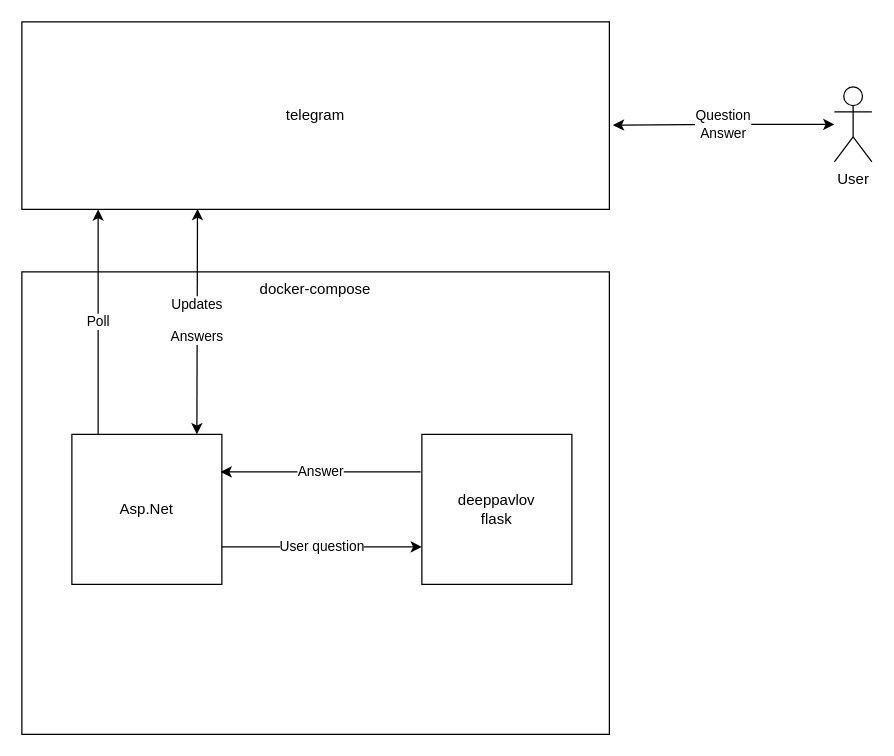
Before: doc/architecture.drawio in andrewmat2000/urfu_faq_bot, a draw.io diagram. Source tidied: cells renumbered, new cells numbered last; positions are measured from the earlier drawing's top-left corner, leaving out a move shared by most shapes. Both pictures are drawn from the tidied source at 125%, with x=0, y=0 at pixel (21, 21).
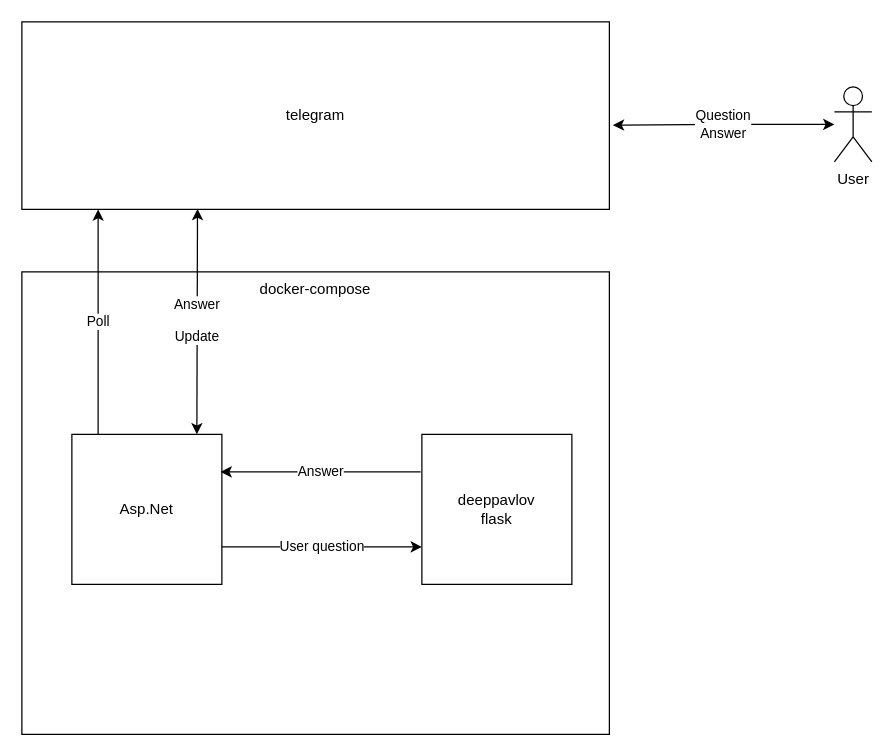
The same diagram, later.

The edit, as a diff of the source:
```diff
@@
 <mxGraphModel>
   <root>
     <mxCell id="0" />
     <mxCell id="1" parent="0" />
     <mxCell id="2" value="docker-compose" style="rounded=0;whiteSpace=wrap;html=1;verticalAlign=top;spacingTop=0;" parent="1" vertex="1">
       <mxGeometry y="200" width="470" height="370" as="geometry" />
     </mxCell>
     <mxCell id="3" value="Asp.Net" style="rounded=0;whiteSpace=wrap;html=1;spacingTop=0;" parent="1" vertex="1">
       <mxGeometry x="40" y="330" width="120" height="120" as="geometry" />
     </mxCell>
     <mxCell id="4" value="&lt;div&gt;deeppavlov&lt;/div&gt;&lt;div&gt;flask&lt;br&gt;&lt;/div&gt;" style="whiteSpace=wrap;html=1;verticalAlign=middle;spacingTop=0;" parent="1" vertex="1">
       <mxGeometry x="320" y="330" width="120" height="120" as="geometry" />
     </mxCell>
     <mxCell id="5" value="telegram" style="rounded=0;whiteSpace=wrap;html=1;spacingTop=0;" parent="1" vertex="1">
       <mxGeometry width="470" height="150" as="geometry" />
     </mxCell>
     <mxCell id="6" value="&lt;div&gt;Question&lt;/div&gt;&lt;div&gt;Answer&lt;/div&gt;" style="edgeStyle=orthogonalEdgeStyle;rounded=0;jettySize=auto;html=1;entryX=1.006;entryY=0.551;entryDx=0;entryDy=0;entryPerimeter=0;startArrow=classic;startFill=1;spacingTop=0;" parent="1" edge="1" source="7" target="5">
       <mxGeometry relative="1" as="geometry" />
     </mxCell>
     <mxCell id="7" value="User" style="shape=umlActor;verticalLabelPosition=bottom;verticalAlign=top;html=1;outlineConnect=0;spacingTop=0;" parent="1" vertex="1">
       <mxGeometry x="650" y="52" width="30" height="60" as="geometry" />
     </mxCell>
     <mxCell id="8" value="Poll" style="endArrow=classic;html=1;rounded=0;exitX=0.75;exitY=0;exitDx=0;exitDy=0;spacingTop=0;" parent="1" edge="1">
       <mxGeometry relative="1" as="geometry">
         <mxPoint x="61" y="330" as="sourcePoint" />
         <mxPoint x="61" y="150" as="targetPoint" />
       </mxGeometry>
     </mxCell>
     <mxCell id="9" style="endArrow=classic;html=1;rounded=0;exitX=0.15;exitY=0.998;exitDx=0;exitDy=0;exitPerimeter=0;entryX=0.25;entryY=0;entryDx=0;entryDy=0;startArrow=classic;startFill=1;spacingTop=0;" parent="1" edge="1">
       <mxGeometry relative="1" as="geometry">
         <mxPoint x="140.5" y="149.7" as="sourcePoint" />
         <mxPoint x="140" y="330" as="targetPoint" />
       </mxGeometry>
     </mxCell>
-    <mxCell id="10" value="&lt;div&gt;Updates&lt;/div&gt;&lt;div&gt;&lt;br&gt;&lt;/div&gt;&lt;div&gt;Answers&lt;br&gt;&lt;/div&gt;" style="edgeLabel;html=1;align=center;verticalAlign=middle;spacingTop=0;" parent="9" vertex="1">
+    <mxCell id="10" value="&lt;div&gt;Answer&lt;/div&gt;&lt;div&gt;&lt;br&gt;&lt;/div&gt;&lt;div&gt;Update&lt;br&gt;&lt;/div&gt;" style="edgeLabel;html=1;align=center;verticalAlign=middle;spacingTop=0;" parent="9" vertex="1">
       <mxGeometry x="-0.12" y="-1" relative="1" as="geometry">
         <mxPoint y="10" as="offset" />
       </mxGeometry>
     </mxCell>
     <mxCell id="11" value="User question" style="endArrow=classic;html=1;rounded=0;exitX=1;exitY=0.75;exitDx=0;exitDy=0;entryX=0;entryY=0.75;entryDx=0;entryDy=0;spacingTop=0;" parent="1" edge="1" source="3" target="4">
       <mxGeometry relative="1" as="geometry" />
     </mxCell>
     <mxCell id="12" value="Answer" style="endArrow=classic;html=1;rounded=0;exitX=0;exitY=0.25;exitDx=0;exitDy=0;entryX=1;entryY=0.25;entryDx=0;entryDy=0;spacingTop=0;" parent="1" edge="1">
       <mxGeometry relative="1" as="geometry">
         <mxPoint x="319" y="360" as="sourcePoint" />
         <mxPoint x="159" y="360" as="targetPoint" />
       </mxGeometry>
     </mxCell>
   </root>
 </mxGraphModel>
```
